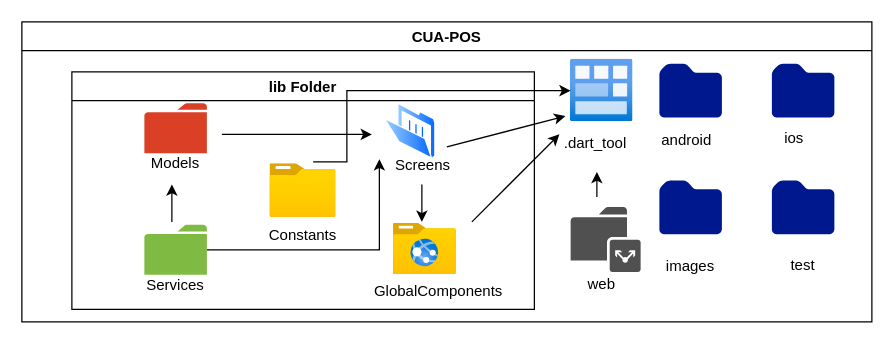
Before: image/flutter-structuration.drawio in vetsonombana/diagram, a draw.io diagram. Source tidied: cells renumbered, new cells numbered last; positions are measured from the earlier drawing's top-left corner, leaving out a move shared by most shapes. Both pictures are drawn from the tidied source at 125%, with x=0, y=0 at pixel (21, 21).
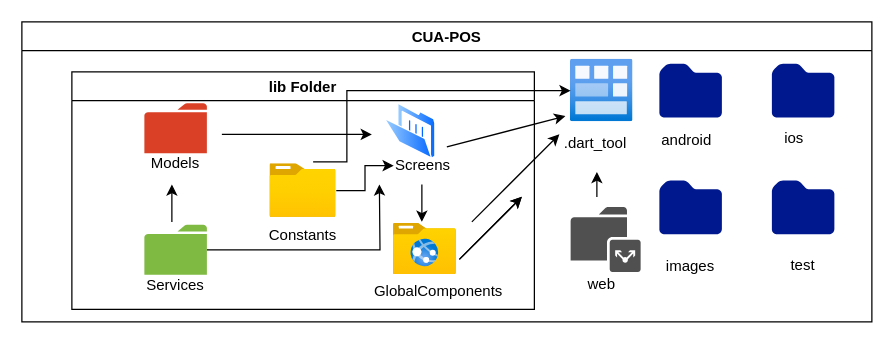
Above is the later version.

The change refers to these unchanged cells:
```xml
<mxCell id="7" value="lib Folder" style="swimlane;" parent="2" vertex="1">
  <mxGeometry x="40" y="40" width="370" height="190" as="geometry" />
</mxCell>
<mxCell id="9" style="perimeter=ellipsePerimeter;html=1;align=center;shadow=0;dashed=0;spacingTop=3;image;image=img/lib/active_directory/folder_open.svg;" parent="7" vertex="1">
  <mxGeometry x="250" y="25" width="41.4" height="45" as="geometry" />
</mxCell>
<mxCell id="11" style="shadow=0;dashed=0;html=1;strokeColor=none;labelPosition=center;verticalLabelPosition=bottom;verticalAlign=top;outlineConnect=0;align=center;shape=mxgraph.office.concepts.folder;fillColor=#7FBA42;" parent="7" vertex="1">
  <mxGeometry x="58" y="122.3" width="50" height="40" as="geometry" />
</mxCell>
<mxCell id="12" value="Screens" style="text;html=1;strokeColor=none;fillColor=none;align=center;verticalAlign=middle;whiteSpace=wrap;rounded=0;" parent="7" vertex="1">
  <mxGeometry x="257.5" y="65" width="45.5" height="20" as="geometry" />
</mxCell>
<mxCell id="17" style="html=1;points=[];align=center;image;fontSize=12;image=img/lib/azure2/general/Folder_Blank.svg;" parent="7" vertex="1">
  <mxGeometry x="158.5" y="73.5" width="53" height="43" as="geometry" />
</mxCell>
```

The edit, as a diff of the source:
```diff
@@
-    <mxCell id="10" style="edgeStyle=orthogonalEdgeStyle;rounded=0;jettySize=auto;html=1;entryX=-0.097;entryY=0.996;entryDx=0;entryDy=0;entryPerimeter=0;" parent="7" edge="1" source="11" target="9">
-      <mxGeometry relative="1" as="geometry" />
+    <mxCell id="10" style="edgeStyle=orthogonalEdgeStyle;rounded=0;jettySize=auto;html=1;" parent="7" edge="1" source="11">
+      <mxGeometry relative="1" as="geometry">
+        <mxPoint x="246" y="90" as="targetPoint" />
+      </mxGeometry>
     </mxCell>
@@
+    <mxCell id="34" style="edgeStyle=orthogonalEdgeStyle;rounded=0;jettySize=auto;html=1;" parent="7" edge="1" source="17" target="12">
+      <mxGeometry relative="1" as="geometry" />
+    </mxCell>
@@
+    <mxCell id="35" style="endArrow=classic;html=1;" parent="1" edge="1">
+      <mxGeometry relative="1" as="geometry">
+        <mxPoint x="350" y="190" as="sourcePoint" />
+        <mxPoint x="400" y="140" as="targetPoint" />
+      </mxGeometry>
+    </mxCell>
+    <mxCell id="36" style="endArrow=classic;html=1;" parent="1" edge="1">
+      <mxGeometry relative="1" as="geometry">
+        <mxPoint x="350" y="190" as="sourcePoint" />
+        <mxPoint x="400" y="140" as="targetPoint" />
+      </mxGeometry>
+    </mxCell>
```
